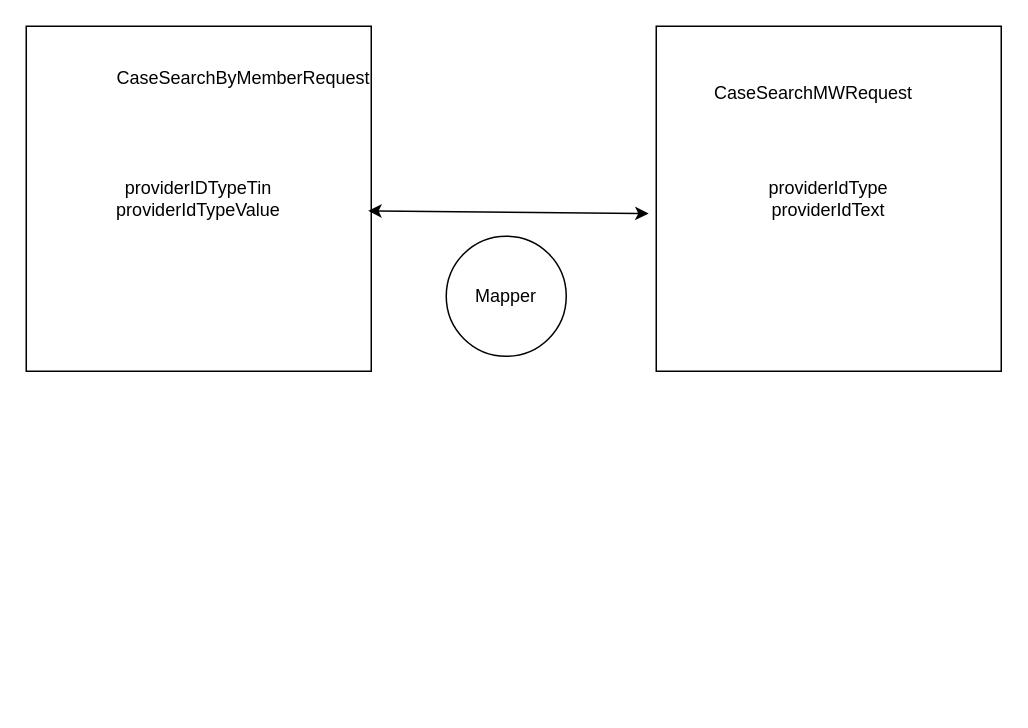
anshuldevmehta/RandomDiagrams keeps this draw.io diagram as JSON Mapping.drawio. Above is the earlier version. Source tidied: cells renumbered, new cells numbered last; positions are measured from the earlier drawing's top-left corner, leaving out a move shared by most shapes. Both pictures are drawn from the tidied source at 150%, with x=0, y=0 at pixel (26, 26).
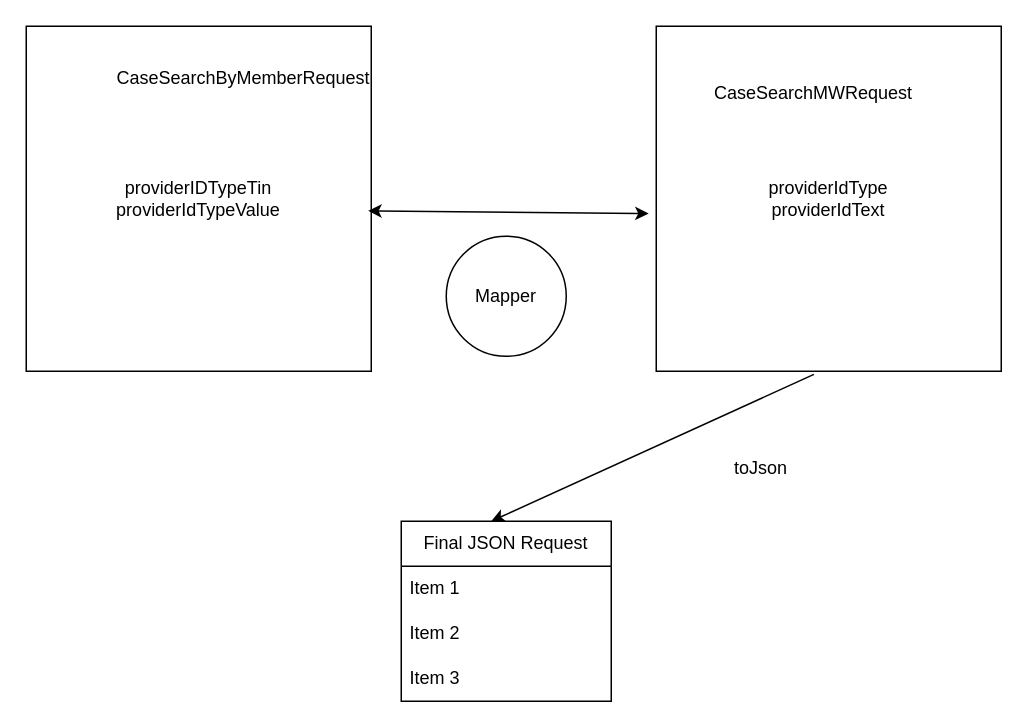
After the change.

The edit, as a diff of the source:
```diff
@@
 <mxGraphModel>
   <root>
     <mxCell id="0" />
     <mxCell id="1" parent="0" />
     <mxCell id="2" value="&lt;div&gt;providerIDTypeTin&lt;/div&gt;&lt;div&gt;providerIdTypeValue&lt;br&gt;&lt;/div&gt;" style="whiteSpace=wrap;html=1;" parent="1" vertex="1">
       <mxGeometry width="230" height="230" as="geometry" />
     </mxCell>
     <mxCell id="3" value="CaseSearchByMemberRequest" style="text;html=1;strokeColor=none;fillColor=none;align=center;verticalAlign=middle;whiteSpace=wrap;rounded=0;" parent="1" vertex="1">
       <mxGeometry x="60" y="20" width="170" height="30" as="geometry" />
     </mxCell>
     <mxCell id="4" value="&lt;div&gt;providerIdType&lt;/div&gt;&lt;div&gt;providerIdText&lt;br&gt;&lt;/div&gt;" style="whiteSpace=wrap;html=1;" parent="1" vertex="1">
       <mxGeometry x="420" width="230" height="230" as="geometry" />
     </mxCell>
     <mxCell id="5" value="CaseSearchMWRequest" style="text;html=1;strokeColor=none;fillColor=none;align=center;verticalAlign=middle;whiteSpace=wrap;rounded=0;" parent="1" vertex="1">
       <mxGeometry x="440" y="30" width="170" height="30" as="geometry" />
     </mxCell>
     <mxCell id="6" style="endArrow=classic;startArrow=classic;html=1;rounded=0;entryX=-0.022;entryY=0.543;entryDx=0;entryDy=0;entryPerimeter=0;exitX=0.991;exitY=0.535;exitDx=0;exitDy=0;exitPerimeter=0;" parent="1" edge="1" source="2" target="4">
       <mxGeometry relative="1" as="geometry" />
     </mxCell>
     <mxCell id="7" value="Mapper" style="ellipse;whiteSpace=wrap;html=1;" parent="1" vertex="1">
       <mxGeometry x="280" y="140" width="80" height="80" as="geometry" />
     </mxCell>
+    <mxCell id="8" style="endArrow=classic;html=1;rounded=0;exitX=0.457;exitY=1.009;exitDx=0;exitDy=0;exitPerimeter=0;" parent="1" edge="1" source="4">
+      <mxGeometry relative="1" as="geometry">
+        <mxPoint x="310" y="330" as="targetPoint" />
+      </mxGeometry>
+    </mxCell>
+    <mxCell id="9" value="Final JSON Request" style="swimlane;fontStyle=0;horizontal=1;startSize=30;whiteSpace=wrap;html=1;" parent="1" vertex="1">
+      <mxGeometry x="250" y="330" width="140" height="120" as="geometry" />
+    </mxCell>
+    <mxCell id="10" value="Item 1" style="text;strokeColor=none;fillColor=none;align=left;verticalAlign=middle;spacingLeft=4;spacingRight=4;overflow=hidden;whiteSpace=wrap;html=1;" parent="9" vertex="1">
+      <mxGeometry y="30" width="140" height="30" as="geometry" />
+    </mxCell>
+    <mxCell id="11" value="Item 2" style="text;strokeColor=none;fillColor=none;align=left;verticalAlign=middle;spacingLeft=4;spacingRight=4;overflow=hidden;whiteSpace=wrap;html=1;" parent="9" vertex="1">
+      <mxGeometry y="60" width="140" height="30" as="geometry" />
+    </mxCell>
+    <mxCell id="12" value="Item 3" style="text;strokeColor=none;fillColor=none;align=left;verticalAlign=middle;spacingLeft=4;spacingRight=4;overflow=hidden;whiteSpace=wrap;html=1;" parent="9" vertex="1">
+      <mxGeometry y="90" width="140" height="30" as="geometry" />
+    </mxCell>
+    <mxCell id="13" value="toJson" style="text;html=1;strokeColor=none;fillColor=none;align=center;verticalAlign=middle;whiteSpace=wrap;rounded=0;" parent="1" vertex="1">
+      <mxGeometry x="460" y="280" width="60" height="30" as="geometry" />
+    </mxCell>
   </root>
 </mxGraphModel>
```
